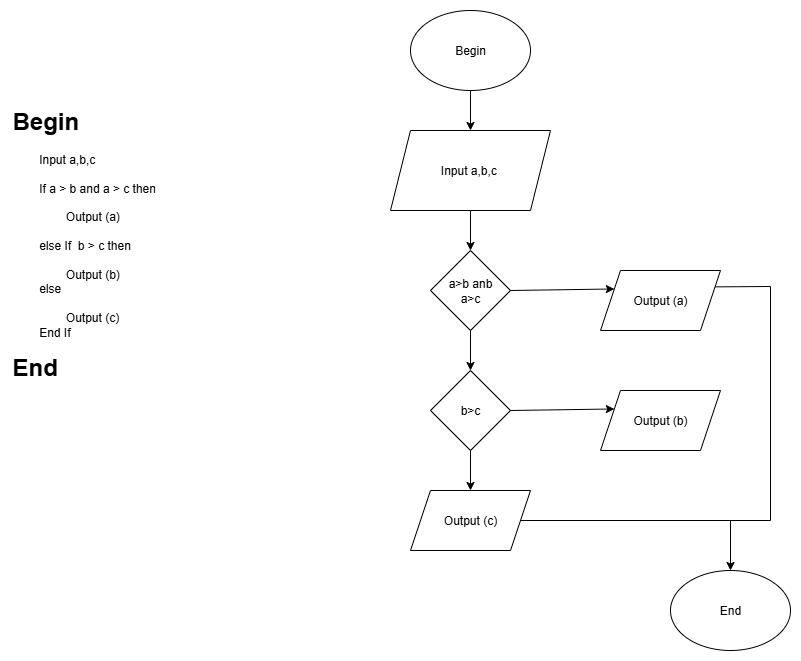
vinhdevz/C0925G1-DoThanhVinh keeps this draw.io diagram as ss3_ma_gia_luu_do/bai3.png. Above is the earlier version. Source tidied: cells renumbered, new cells last; positions are measured from the earlier drawing's top-left corner, leaving out a move shared by most shapes.
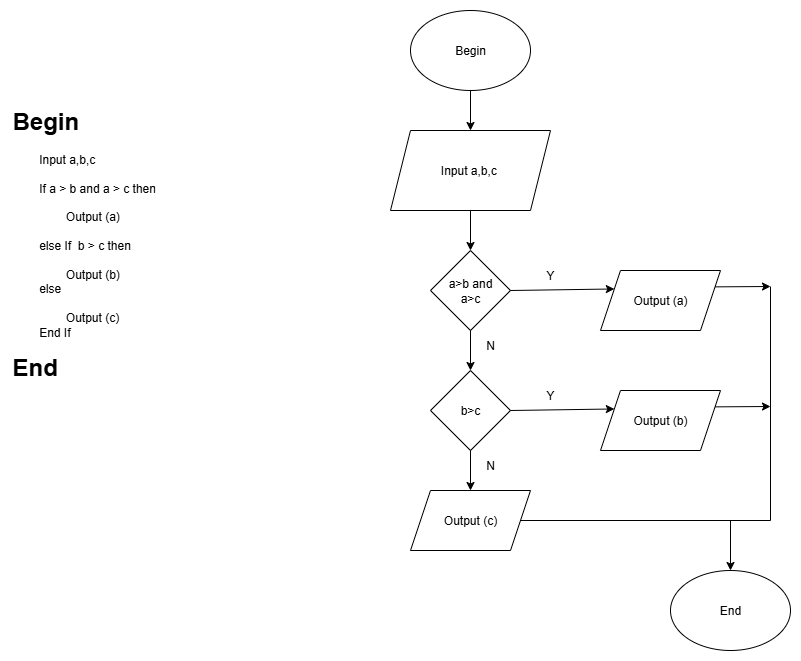
Above is the later version.

The edit, as a diff of the source:
```diff
@@ -11,7 +11,7 @@
     <mxCell id="4" value="Input a,b,c&amp;nbsp;" style="shape=parallelogram;perimeter=parallelogramPerimeter;whiteSpace=wrap;html=1;fixedSize=1;" parent="1" vertex="1">
       <mxGeometry x="380" y="120" width="160" height="80" as="geometry" />
     </mxCell>
-    <mxCell id="5" value="a&amp;gt;b anb&lt;br&gt;a&amp;gt;c" style="rhombus;whiteSpace=wrap;html=1;" parent="1" vertex="1">
+    <mxCell id="5" value="a&amp;gt;b and&lt;br&gt;a&amp;gt;c" style="rhombus;whiteSpace=wrap;html=1;" parent="1" vertex="1">
       <mxGeometry x="420" y="240" width="80" height="80" as="geometry" />
     </mxCell>
     <mxCell id="6" value="Output (a)" style="shape=parallelogram;perimeter=parallelogramPerimeter;whiteSpace=wrap;html=1;fixedSize=1;" parent="1" vertex="1">
@@ -44,8 +44,9 @@
     <mxCell id="15" style="endArrow=classic;html=1;rounded=0;exitX=0.5;exitY=1;exitDx=0;exitDy=0;entryX=0.5;entryY=0;entryDx=0;entryDy=0;" parent="1" edge="1" source="9" target="7">
       <mxGeometry relative="1" as="geometry" />
     </mxCell>
-    <mxCell id="16" style="endArrow=none;html=1;rounded=0;entryX=1;entryY=0.25;entryDx=0;entryDy=0;exitX=1;exitY=0.5;exitDx=0;exitDy=0;" parent="1" edge="1" source="7" target="6">
+    <mxCell id="16" style="endArrow=none;html=1;rounded=0;exitX=1;exitY=0.5;exitDx=0;exitDy=0;" parent="1" edge="1" source="7">
       <mxGeometry relative="1" as="geometry">
+        <mxPoint x="760" y="276" as="targetPoint" />
         <Array as="points">
           <mxPoint x="760" y="510" />
           <mxPoint x="760" y="276" />
@@ -61,5 +62,27 @@
     <mxCell id="18" value="End" style="ellipse;whiteSpace=wrap;html=1;" parent="1" vertex="1">
       <mxGeometry x="660" y="560" width="120" height="80" as="geometry" />
     </mxCell>
+    <mxCell id="19" style="endArrow=classic;html=1;rounded=0;exitX=1;exitY=0.25;exitDx=0;exitDy=0;" parent="1" edge="1" source="6">
+      <mxGeometry relative="1" as="geometry">
+        <mxPoint x="760" y="276" as="targetPoint" />
+      </mxGeometry>
+    </mxCell>
+    <mxCell id="20" style="endArrow=classic;html=1;rounded=0;exitX=1;exitY=0.25;exitDx=0;exitDy=0;" parent="1" edge="1" source="8">
+      <mxGeometry relative="1" as="geometry">
+        <mxPoint x="760" y="396" as="targetPoint" />
+      </mxGeometry>
+    </mxCell>
+    <mxCell id="21" value="Y" style="text;html=1;align=center;verticalAlign=middle;whiteSpace=wrap;rounded=0;" parent="1" vertex="1">
+      <mxGeometry x="510" y="250" width="60" height="30" as="geometry" />
+    </mxCell>
+    <mxCell id="22" value="N" style="text;html=1;align=center;verticalAlign=middle;whiteSpace=wrap;rounded=0;" parent="1" vertex="1">
+      <mxGeometry x="450" y="320" width="60" height="30" as="geometry" />
+    </mxCell>
+    <mxCell id="23" value="Y" style="text;html=1;align=center;verticalAlign=middle;whiteSpace=wrap;rounded=0;" parent="1" vertex="1">
+      <mxGeometry x="510" y="370" width="60" height="30" as="geometry" />
+    </mxCell>
+    <mxCell id="24" value="N" style="text;html=1;align=center;verticalAlign=middle;whiteSpace=wrap;rounded=0;" parent="1" vertex="1">
+      <mxGeometry x="450" y="440" width="60" height="30" as="geometry" />
+    </mxCell>
   </root>
 </mxGraphModel>
```
